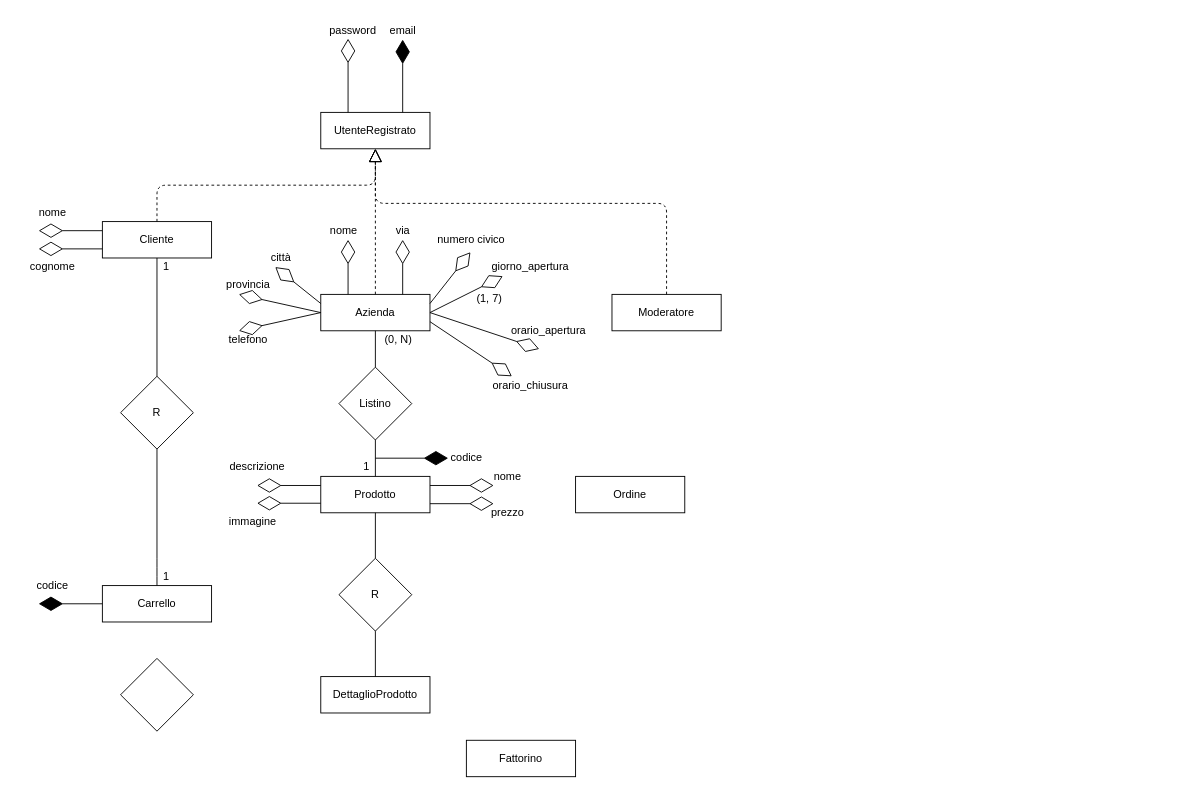
This is Documents/Sys - Drawio/diagramma ER.drawio from frekkanzer2/Eat-Reorder, a draw.io file, before an edit. Source tidied: cells renumbered, new cells numbered last; positions are measured from the earlier drawing's top-left corner, leaving out a move shared by most shapes. Both pictures are drawn from the tidied source at 91%, with x=0, y=0 at pixel (25, 21).
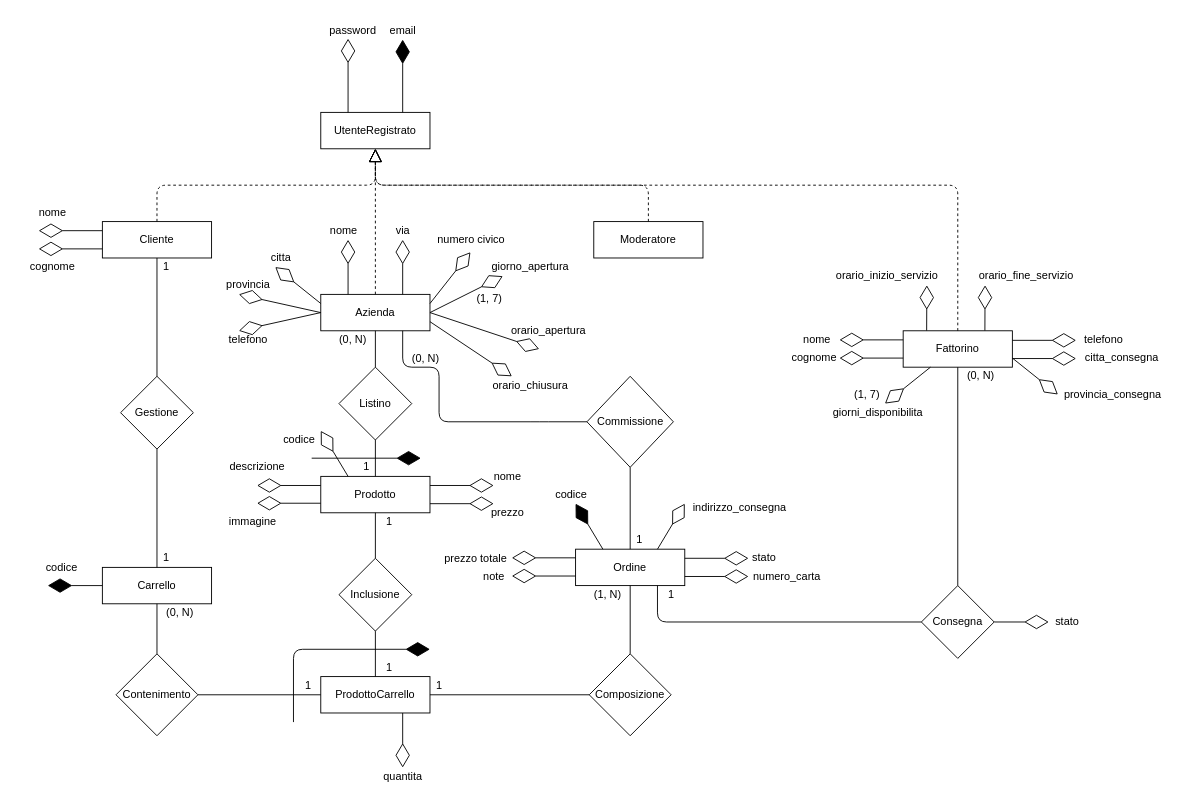
After the change.

The change refers to these unchanged cells:
```xml
<mxCell id="2" value="UtenteRegistrato" style="rounded=0;whiteSpace=wrap;html=1;" parent="1" vertex="1">
  <mxGeometry x="325" y="100" width="120" height="40" as="geometry" />
</mxCell>
<mxCell id="4" value="Azienda" style="rounded=0;whiteSpace=wrap;html=1;" parent="1" vertex="1">
  <mxGeometry x="325" y="300" width="120" height="40" as="geometry" />
</mxCell>
<mxCell id="43" value="Prodotto" style="rounded=0;whiteSpace=wrap;html=1;" parent="1" vertex="1">
  <mxGeometry x="325" y="500" width="120" height="40" as="geometry" />
</mxCell>
```

Diff of the diagram source:
```diff
@@
     <mxCell id="5" value="Fattorino" style="rounded=0;whiteSpace=wrap;html=1;" parent="1" vertex="1">
-      <mxGeometry x="485" y="790" width="120" height="40" as="geometry" />
+      <mxGeometry x="965" y="340" width="120" height="40" as="geometry" />
     </mxCell>
     <mxCell id="6" value="Moderatore" style="rounded=0;whiteSpace=wrap;html=1;" parent="1" vertex="1">
-      <mxGeometry x="645" y="300" width="120" height="40" as="geometry" />
+      <mxGeometry x="625" y="220" width="120" height="40" as="geometry" />
     </mxCell>
-    <mxCell id="7" value="R" style="rhombus;whiteSpace=wrap;html=1;" parent="1" vertex="1">
+    <mxCell id="7" value="Gestione" style="rhombus;whiteSpace=wrap;html=1;" parent="1" vertex="1">
       <mxGeometry x="105" y="390" width="80" height="80" as="geometry" />
     </mxCell>
     <mxCell id="8" value="Carrello" style="rounded=0;whiteSpace=wrap;html=1;" parent="1" vertex="1">
-      <mxGeometry x="85" y="620" width="120" height="40" as="geometry" />
+      <mxGeometry x="85" y="600" width="120" height="40" as="geometry" />
     </mxCell>
@@
     <mxCell id="21" value="1&lt;br&gt;" style="text;html=1;align=center;verticalAlign=middle;" parent="1" vertex="1">
-      <mxGeometry x="145" y="600" width="20" height="20" as="geometry" />
+      <mxGeometry x="145" y="580" width="20" height="20" as="geometry" />
     </mxCell>
@@
     <mxCell id="23" style="endArrow=block;dashed=1;endFill=0;endSize=12;html=1;exitX=0.5;exitY=0;exitDx=0;exitDy=0;entryX=0.5;entryY=1;entryDx=0;entryDy=0;" parent="1" edge="1" source="6" target="2">
       <mxGeometry relative="1" as="geometry">
         <Array as="points">
-          <mxPoint x="705" y="200" />
-          <mxPoint x="385" y="200" />
+          <mxPoint x="685" y="180" />
+          <mxPoint x="385" y="180" />
         </Array>
       </mxGeometry>
     </mxCell>
@@
-    <mxCell id="31" value="città" style="text;html=1;align=center;verticalAlign=middle;" parent="1" vertex="1">
+    <mxCell id="31" value="citta" style="text;html=1;align=center;verticalAlign=middle;" parent="1" vertex="1">
       <mxGeometry x="261" y="250" width="40" height="20" as="geometry" />
     </mxCell>
@@
     <mxCell id="44" value="Ordine" style="rounded=0;whiteSpace=wrap;html=1;" parent="1" vertex="1">
-      <mxGeometry x="605" y="500" width="120" height="40" as="geometry" />
+      <mxGeometry x="605" y="580" width="120" height="40" as="geometry" />
     </mxCell>
@@
-    <mxCell id="48" style="endArrow=diamondThin;endFill=1;endSize=24;html=1;" parent="1" edge="1">
-      <mxGeometry relative="1" as="geometry">
-        <mxPoint x="385" y="480" as="sourcePoint" />
-        <mxPoint x="465" y="480" as="targetPoint" />
-      </mxGeometry>
-    </mxCell>
     <mxCell id="49" value="codice&lt;br&gt;" style="text;html=1;align=center;verticalAlign=middle;" parent="1" vertex="1">
-      <mxGeometry x="460" y="470" width="50" height="20" as="geometry" />
+      <mxGeometry x="276" y="450" width="50" height="20" as="geometry" />
     </mxCell>
@@
     <mxCell id="51" value="(0, N)" style="text;html=1;align=center;verticalAlign=middle;" parent="1" vertex="1">
-      <mxGeometry x="385" y="340" width="50" height="20" as="geometry" />
+      <mxGeometry x="335" y="340" width="50" height="20" as="geometry" />
     </mxCell>
@@
     <mxCell id="60" style="endArrow=diamondThin;endFill=1;endSize=24;html=1;exitX=0;exitY=0.5;exitDx=0;exitDy=0;" parent="1" edge="1" source="8">
       <mxGeometry relative="1" as="geometry">
-        <mxPoint x="15" y="640" as="targetPoint" />
+        <mxPoint x="25" y="620" as="targetPoint" />
       </mxGeometry>
     </mxCell>
     <mxCell id="61" value="codice" style="text;html=1;align=center;verticalAlign=middle;" parent="1" vertex="1">
-      <mxGeometry x="5" y="610" width="50" height="20" as="geometry" />
+      <mxGeometry x="15" y="590" width="50" height="20" as="geometry" />
     </mxCell>
-    <mxCell id="62" value="DettaglioProdotto" style="rounded=0;whiteSpace=wrap;html=1;" parent="1" vertex="1">
+    <mxCell id="62" value="ProdottoCarrello" style="rounded=0;whiteSpace=wrap;html=1;" parent="1" vertex="1">
       <mxGeometry x="325" y="720" width="120" height="40" as="geometry" />
     </mxCell>
-    <mxCell id="63" value="R" style="rhombus;whiteSpace=wrap;html=1;" parent="1" vertex="1">
+    <mxCell id="63" value="Inclusione" style="rhombus;whiteSpace=wrap;html=1;" parent="1" vertex="1">
       <mxGeometry x="345" y="590" width="80" height="80" as="geometry" />
     </mxCell>
@@
-    <mxCell id="66" style="rhombus;whiteSpace=wrap;html=1;" parent="1" vertex="1">
-      <mxGeometry x="105" y="700" width="80" height="80" as="geometry" />
+    <mxCell id="66" value="Contenimento" style="rhombus;whiteSpace=wrap;html=1;" parent="1" vertex="1">
+      <mxGeometry x="100" y="695" width="90" height="90" as="geometry" />
     </mxCell>
+    <mxCell id="67" value="1" style="text;html=1;align=center;verticalAlign=middle;" parent="1" vertex="1">
+      <mxGeometry x="390" y="540" width="20" height="20" as="geometry" />
+    </mxCell>
+    <mxCell id="68" value="1" style="text;html=1;align=center;verticalAlign=middle;" parent="1" vertex="1">
+      <mxGeometry x="390" y="700" width="20" height="20" as="geometry" />
+    </mxCell>
+    <mxCell id="69" style="endArrow=none;html=1;exitX=0.5;exitY=0;exitDx=0;exitDy=0;entryX=0.5;entryY=1;entryDx=0;entryDy=0;" parent="1" edge="1" source="66" target="8">
+      <mxGeometry relative="1" as="geometry" />
+    </mxCell>
+    <mxCell id="70" style="endArrow=none;html=1;exitX=1;exitY=0.5;exitDx=0;exitDy=0;entryX=0;entryY=0.5;entryDx=0;entryDy=0;" parent="1" edge="1" source="66" target="62">
+      <mxGeometry relative="1" as="geometry" />
+    </mxCell>
+    <mxCell id="71" value="(0, N)&lt;br&gt;" style="text;html=1;align=center;verticalAlign=middle;" parent="1" vertex="1">
+      <mxGeometry x="145" y="640" width="50" height="20" as="geometry" />
+    </mxCell>
+    <mxCell id="72" value="1" style="text;html=1;align=center;verticalAlign=middle;" parent="1" vertex="1">
+      <mxGeometry x="301" y="720" width="20" height="20" as="geometry" />
+    </mxCell>
+    <mxCell id="73" value="Commissione" style="rhombus;whiteSpace=wrap;html=1;" parent="1" vertex="1">
+      <mxGeometry x="617.5" y="390" width="95" height="100" as="geometry" />
+    </mxCell>
+    <mxCell id="74" style="endArrow=none;html=1;entryX=0.5;entryY=1;entryDx=0;entryDy=0;exitX=0.5;exitY=0;exitDx=0;exitDy=0;" parent="1" edge="1" source="44" target="73">
+      <mxGeometry relative="1" as="geometry" />
+    </mxCell>
+    <mxCell id="75" style="endArrow=none;html=1;exitX=0;exitY=0.5;exitDx=0;exitDy=0;entryX=0.75;entryY=1;entryDx=0;entryDy=0;" parent="1" edge="1" source="73" target="4">
+      <mxGeometry relative="1" as="geometry">
+        <Array as="points">
+          <mxPoint x="565" y="440" />
+          <mxPoint x="455" y="440" />
+          <mxPoint x="455" y="380" />
+          <mxPoint x="415" y="380" />
+        </Array>
+      </mxGeometry>
+    </mxCell>
+    <mxCell id="76" value="(0, N)&lt;br&gt;" style="text;html=1;align=center;verticalAlign=middle;labelBackgroundColor=#ffffff;" parent="75" vertex="1">
+      <mxGeometry x="0.72" y="1" relative="1" as="geometry">
+        <mxPoint x="21.5" y="-11" as="offset" />
+      </mxGeometry>
+    </mxCell>
+    <mxCell id="77" value="1" style="text;html=1;align=center;verticalAlign=middle;" parent="1" vertex="1">
+      <mxGeometry x="665" y="560" width="20" height="20" as="geometry" />
+    </mxCell>
+    <mxCell id="78" value="Composizione" style="rhombus;whiteSpace=wrap;html=1;" parent="1" vertex="1">
+      <mxGeometry x="620" y="695" width="90" height="90" as="geometry" />
+    </mxCell>
+    <mxCell id="79" style="endArrow=none;html=1;exitX=1;exitY=0.5;exitDx=0;exitDy=0;entryX=0;entryY=0.5;entryDx=0;entryDy=0;" parent="1" edge="1" source="62" target="78">
+      <mxGeometry relative="1" as="geometry" />
+    </mxCell>
+    <mxCell id="80" style="endArrow=none;html=1;entryX=0.5;entryY=1;entryDx=0;entryDy=0;exitX=0.5;exitY=0;exitDx=0;exitDy=0;" parent="1" edge="1" source="78" target="44">
+      <mxGeometry relative="1" as="geometry" />
+    </mxCell>
+    <mxCell id="81" value="(1, N)&lt;br&gt;" style="text;html=1;align=center;verticalAlign=middle;" parent="1" vertex="1">
+      <mxGeometry x="615" y="620" width="50" height="20" as="geometry" />
+    </mxCell>
+    <mxCell id="82" value="1" style="text;html=1;align=center;verticalAlign=middle;" parent="1" vertex="1">
+      <mxGeometry x="445" y="720" width="20" height="20" as="geometry" />
+    </mxCell>
+    <mxCell id="83" style="endArrow=diamondThin;endFill=1;endSize=24;html=1;" parent="1" edge="1">
+      <mxGeometry relative="1" as="geometry">
+        <mxPoint x="315" y="480" as="sourcePoint" />
+        <mxPoint x="435" y="480" as="targetPoint" />
+      </mxGeometry>
+    </mxCell>
+    <mxCell id="84" style="endArrow=diamondThin;endFill=0;endSize=24;html=1;exitX=0.25;exitY=0;exitDx=0;exitDy=0;" parent="1" edge="1" source="43">
+      <mxGeometry relative="1" as="geometry">
+        <mxPoint x="325" y="450" as="targetPoint" />
+      </mxGeometry>
+    </mxCell>
+    <mxCell id="85" style="endArrow=diamondThin;endFill=0;endSize=24;html=1;exitX=0.75;exitY=1;exitDx=0;exitDy=0;" parent="1" edge="1" source="62">
+      <mxGeometry relative="1" as="geometry">
+        <mxPoint x="415" y="820" as="targetPoint" />
+      </mxGeometry>
+    </mxCell>
+    <mxCell id="86" style="endArrow=diamondThin;endFill=1;endSize=24;html=1;" parent="1" edge="1">
+      <mxGeometry relative="1" as="geometry">
+        <mxPoint x="295" y="770" as="sourcePoint" />
+        <mxPoint x="445" y="690" as="targetPoint" />
+        <Array as="points">
+          <mxPoint x="295" y="690" />
+        </Array>
+      </mxGeometry>
+    </mxCell>
+    <mxCell id="87" value="quantita" style="text;html=1;align=center;verticalAlign=middle;" parent="1" vertex="1">
+      <mxGeometry x="385" y="820" width="60" height="20" as="geometry" />
+    </mxCell>
+    <mxCell id="88" style="endArrow=diamondThin;endFill=0;endSize=24;html=1;exitX=0;exitY=0.25;exitDx=0;exitDy=0;" parent="1" edge="1">
+      <mxGeometry relative="1" as="geometry">
+        <mxPoint x="605" y="589.5" as="sourcePoint" />
+        <mxPoint x="535" y="589.5" as="targetPoint" />
+      </mxGeometry>
+    </mxCell>
+    <mxCell id="89" value="prezzo totale" style="text;html=1;align=center;verticalAlign=middle;labelBackgroundColor=#ffffff;" parent="88" vertex="1">
+      <mxGeometry x="0.66" y="2" relative="1" as="geometry">
+        <mxPoint x="-52.5" y="-1.5" as="offset" />
+      </mxGeometry>
+    </mxCell>
+    <mxCell id="90" style="endArrow=diamondThin;endFill=0;endSize=24;html=1;exitX=0;exitY=0.25;exitDx=0;exitDy=0;" parent="1" edge="1">
+      <mxGeometry relative="1" as="geometry">
+        <mxPoint x="605" y="609.5" as="sourcePoint" />
+        <mxPoint x="535" y="609.5" as="targetPoint" />
+      </mxGeometry>
+    </mxCell>
+    <mxCell id="91" value="note" style="text;html=1;align=center;verticalAlign=middle;" parent="1" vertex="1">
+      <mxGeometry x="495" y="600" width="40" height="20" as="geometry" />
+    </mxCell>
+    <mxCell id="92" style="endArrow=diamondThin;endFill=0;endSize=24;html=1;exitX=1;exitY=0.25;exitDx=0;exitDy=0;" parent="1" edge="1">
+      <mxGeometry relative="1" as="geometry">
+        <mxPoint x="725" y="590" as="sourcePoint" />
+        <mxPoint x="795" y="590" as="targetPoint" />
+      </mxGeometry>
+    </mxCell>
+    <mxCell id="93" value="stato&lt;br&gt;" style="text;html=1;align=center;verticalAlign=middle;" parent="1" vertex="1">
+      <mxGeometry x="791.5" y="580" width="40" height="20" as="geometry" />
+    </mxCell>
+    <mxCell id="94" style="endArrow=diamondThin;endFill=0;endSize=24;html=1;exitX=1;exitY=0.25;exitDx=0;exitDy=0;" parent="1" edge="1">
+      <mxGeometry relative="1" as="geometry">
+        <mxPoint x="725" y="610" as="sourcePoint" />
+        <mxPoint x="795" y="610" as="targetPoint" />
+      </mxGeometry>
+    </mxCell>
+    <mxCell id="95" value="numero_carta" style="text;html=1;align=center;verticalAlign=middle;" parent="1" vertex="1">
+      <mxGeometry x="791.5" y="600" width="90" height="20" as="geometry" />
+    </mxCell>
+    <mxCell id="96" style="endArrow=diamondThin;endFill=0;endSize=24;html=1;exitX=0.75;exitY=0;exitDx=0;exitDy=0;" parent="1" edge="1" source="44">
+      <mxGeometry relative="1" as="geometry">
+        <mxPoint x="725" y="530" as="targetPoint" />
+      </mxGeometry>
+    </mxCell>
+    <mxCell id="97" value="indirizzo_consegna" style="text;html=1;align=center;verticalAlign=middle;" parent="1" vertex="1">
+      <mxGeometry x="725" y="524.5" width="120" height="20" as="geometry" />
+    </mxCell>
+    <mxCell id="98" style="endArrow=diamondThin;endFill=1;endSize=24;html=1;exitX=0.25;exitY=0;exitDx=0;exitDy=0;" parent="1" edge="1" source="44">
+      <mxGeometry relative="1" as="geometry">
+        <mxPoint x="605" y="530" as="targetPoint" />
+      </mxGeometry>
+    </mxCell>
+    <mxCell id="99" value="codice" style="text;html=1;align=center;verticalAlign=middle;" parent="1" vertex="1">
+      <mxGeometry x="575" y="510" width="50" height="20" as="geometry" />
+    </mxCell>
+    <mxCell id="100" style="endArrow=block;dashed=1;endFill=0;endSize=12;html=1;exitX=0.5;exitY=0;exitDx=0;exitDy=0;" parent="1" edge="1" source="5">
+      <mxGeometry relative="1" as="geometry">
+        <mxPoint x="385" y="140" as="targetPoint" />
+        <Array as="points">
+          <mxPoint x="1025" y="180" />
+          <mxPoint x="385" y="180" />
+        </Array>
+      </mxGeometry>
+    </mxCell>
+    <mxCell id="101" value="Consegna" style="rhombus;whiteSpace=wrap;html=1;" parent="1" vertex="1">
+      <mxGeometry x="985" y="620" width="80" height="80" as="geometry" />
+    </mxCell>
+    <mxCell id="102" style="endArrow=none;html=1;exitX=0.75;exitY=1;exitDx=0;exitDy=0;entryX=0;entryY=0.5;entryDx=0;entryDy=0;" parent="1" edge="1" source="44" target="101">
+      <mxGeometry relative="1" as="geometry">
+        <Array as="points">
+          <mxPoint x="695" y="660" />
+        </Array>
+      </mxGeometry>
+    </mxCell>
+    <mxCell id="103" style="endArrow=none;html=1;exitX=0.5;exitY=0;exitDx=0;exitDy=0;entryX=0.5;entryY=1;entryDx=0;entryDy=0;" parent="1" edge="1" source="101" target="5">
+      <mxGeometry relative="1" as="geometry" />
+    </mxCell>
+    <mxCell id="104" value="(0, N)" style="text;html=1;align=center;verticalAlign=middle;" parent="1" vertex="1">
+      <mxGeometry x="1025" y="380" width="50" height="20" as="geometry" />
+    </mxCell>
+    <mxCell id="105" value="1&lt;br&gt;" style="text;html=1;align=center;verticalAlign=middle;" parent="1" vertex="1">
+      <mxGeometry x="700" y="620" width="20" height="20" as="geometry" />
+    </mxCell>
+    <mxCell id="106" style="endArrow=diamondThin;endFill=0;endSize=24;html=1;exitX=0;exitY=0.25;exitDx=0;exitDy=0;" parent="1" edge="1">
+      <mxGeometry relative="1" as="geometry">
+        <mxPoint x="965" y="350" as="sourcePoint" />
+        <mxPoint x="895" y="350" as="targetPoint" />
+      </mxGeometry>
+    </mxCell>
+    <mxCell id="107" style="endArrow=diamondThin;endFill=0;endSize=24;html=1;exitX=0;exitY=0.25;exitDx=0;exitDy=0;" parent="1" edge="1">
+      <mxGeometry relative="1" as="geometry">
+        <mxPoint x="965" y="370" as="sourcePoint" />
+        <mxPoint x="895" y="370" as="targetPoint" />
+      </mxGeometry>
+    </mxCell>
+    <mxCell id="108" style="endArrow=diamondThin;endFill=0;endSize=24;html=1;exitX=1;exitY=0.25;exitDx=0;exitDy=0;" parent="1" edge="1">
+      <mxGeometry relative="1" as="geometry">
+        <mxPoint x="1085" y="350.5" as="sourcePoint" />
+        <mxPoint x="1155" y="350.5" as="targetPoint" />
+      </mxGeometry>
+    </mxCell>
+    <mxCell id="109" style="endArrow=diamondThin;endFill=0;endSize=24;html=1;exitX=1;exitY=0.25;exitDx=0;exitDy=0;" parent="1" edge="1">
+      <mxGeometry relative="1" as="geometry">
+        <mxPoint x="1085" y="370.5" as="sourcePoint" />
+        <mxPoint x="1155" y="370.5" as="targetPoint" />
+      </mxGeometry>
+    </mxCell>
+    <mxCell id="110" value="nome" style="text;html=1;align=center;verticalAlign=middle;" parent="1" vertex="1">
+      <mxGeometry x="845" y="340" width="50" height="20" as="geometry" />
+    </mxCell>
+    <mxCell id="111" value="cognome" style="text;html=1;align=center;verticalAlign=middle;" parent="1" vertex="1">
+      <mxGeometry x="836.5" y="360" width="60" height="20" as="geometry" />
+    </mxCell>
+    <mxCell id="112" value="telefono" style="text;html=1;align=center;verticalAlign=middle;" parent="1" vertex="1">
+      <mxGeometry x="1155" y="340" width="60" height="20" as="geometry" />
+    </mxCell>
+    <mxCell id="113" value="citta_consegna" style="text;html=1;align=center;verticalAlign=middle;" parent="1" vertex="1">
+      <mxGeometry x="1155" y="360" width="100" height="20" as="geometry" />
+    </mxCell>
+    <mxCell id="114" style="endArrow=diamondThin;endFill=0;endSize=24;html=1;exitX=1;exitY=0.75;exitDx=0;exitDy=0;" parent="1" edge="1" source="5">
+      <mxGeometry relative="1" as="geometry">
+        <mxPoint x="1135" y="410" as="targetPoint" />
+      </mxGeometry>
+    </mxCell>
+    <mxCell id="115" value="provincia_consegna&lt;br&gt;" style="text;html=1;align=center;verticalAlign=middle;" parent="1" vertex="1">
+      <mxGeometry x="1135" y="400" width="120" height="20" as="geometry" />
+    </mxCell>
+    <mxCell id="116" style="endArrow=diamondThin;endFill=0;endSize=24;html=1;exitX=0.215;exitY=-0.005;exitDx=0;exitDy=0;exitPerimeter=0;" parent="1" edge="1" source="5">
+      <mxGeometry relative="1" as="geometry">
+        <mxPoint x="991" y="290" as="targetPoint" />
+      </mxGeometry>
+    </mxCell>
+    <mxCell id="117" value="orario_inizio_servizio" style="text;html=1;align=center;verticalAlign=middle;" parent="1" vertex="1">
+      <mxGeometry x="881.5" y="270" width="130" height="20" as="geometry" />
+    </mxCell>
+    <mxCell id="118" style="endArrow=diamondThin;endFill=0;endSize=24;html=1;exitX=0.215;exitY=-0.005;exitDx=0;exitDy=0;exitPerimeter=0;" parent="1" edge="1">
+      <mxGeometry relative="1" as="geometry">
+        <mxPoint x="1054.8" y="339.8" as="sourcePoint" />
+        <mxPoint x="1055" y="290" as="targetPoint" />
+      </mxGeometry>
+    </mxCell>
+    <mxCell id="119" value="orario_fine_servizio" style="text;html=1;align=center;verticalAlign=middle;" parent="1" vertex="1">
+      <mxGeometry x="1040" y="270" width="120" height="20" as="geometry" />
+    </mxCell>
+    <mxCell id="120" style="endArrow=diamondThin;endFill=0;endSize=24;html=1;exitX=0.25;exitY=1;exitDx=0;exitDy=0;" parent="1" edge="1" source="5">
+      <mxGeometry relative="1" as="geometry">
+        <mxPoint x="945" y="420" as="targetPoint" />
+      </mxGeometry>
+    </mxCell>
+    <mxCell id="121" value="giorni_disponibilita" style="text;html=1;align=center;verticalAlign=middle;" parent="1" vertex="1">
+      <mxGeometry x="881.5" y="420" width="110" height="20" as="geometry" />
+    </mxCell>
+    <mxCell id="122" value="(1, 7)" style="text;html=1;align=center;verticalAlign=middle;" parent="1" vertex="1">
+      <mxGeometry x="905" y="400" width="40" height="20" as="geometry" />
+    </mxCell>
+    <mxCell id="123" style="endArrow=diamondThin;endFill=0;endSize=24;html=1;exitX=1;exitY=0.5;exitDx=0;exitDy=0;" parent="1" edge="1" source="101">
+      <mxGeometry relative="1" as="geometry">
+        <mxPoint x="1125" y="660" as="targetPoint" />
+      </mxGeometry>
+    </mxCell>
+    <mxCell id="124" value="stato" style="text;html=1;align=center;verticalAlign=middle;" parent="1" vertex="1">
+      <mxGeometry x="1125" y="650" width="40" height="20" as="geometry" />
+    </mxCell>
```
